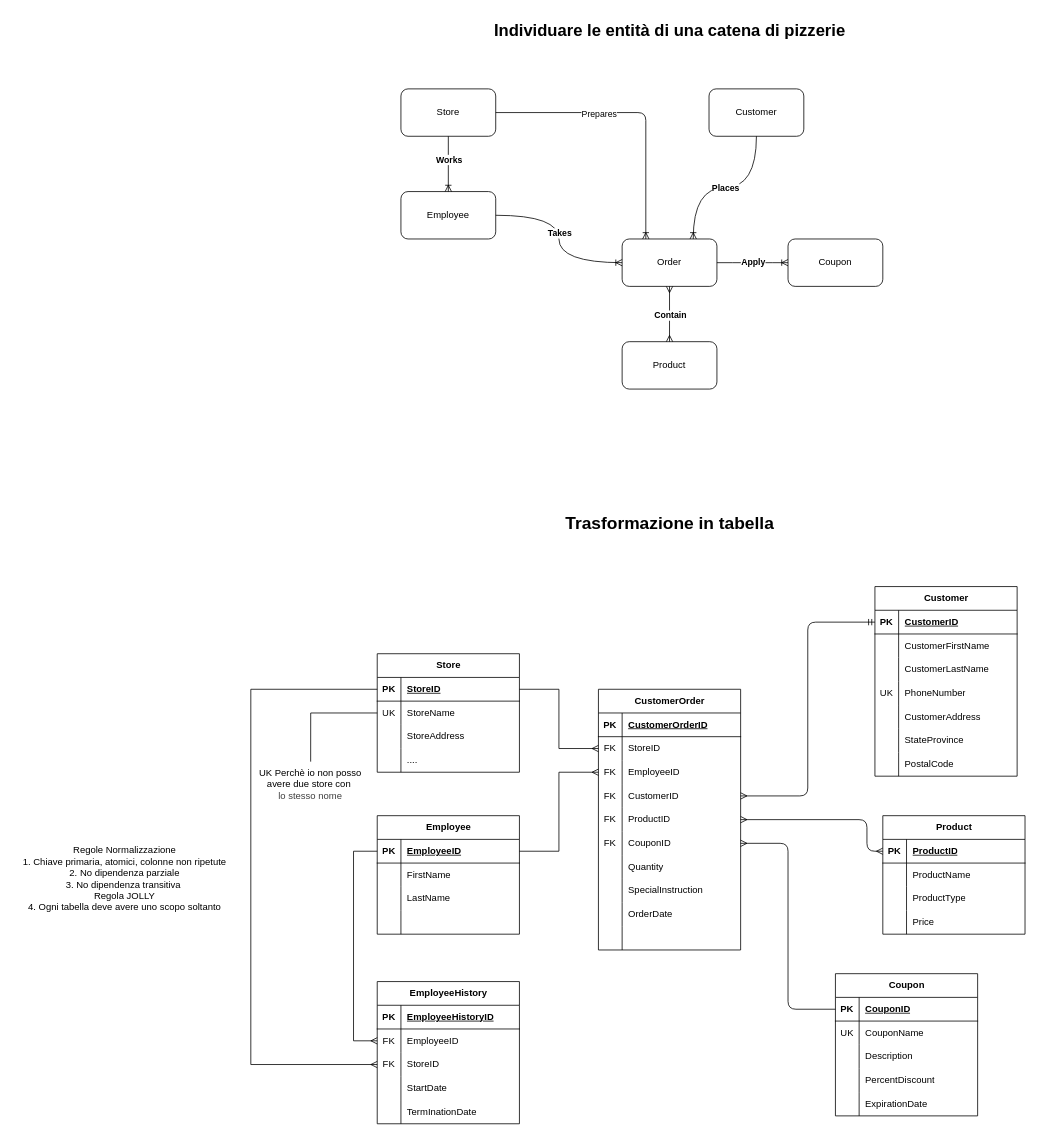
Before: SteveJobs/DATA-MANAGEMENT/pizzeria.dio in DavideDamico/ITS-Steve-Jobs, a draw.io diagram. Source tidied: cells renumbered, new cells numbered last; positions are measured from the earlier drawing's top-left corner, leaving out a move shared by most shapes. Both pictures are drawn from the tidied source at 79%, with x=0, y=0 at pixel (13, 13).
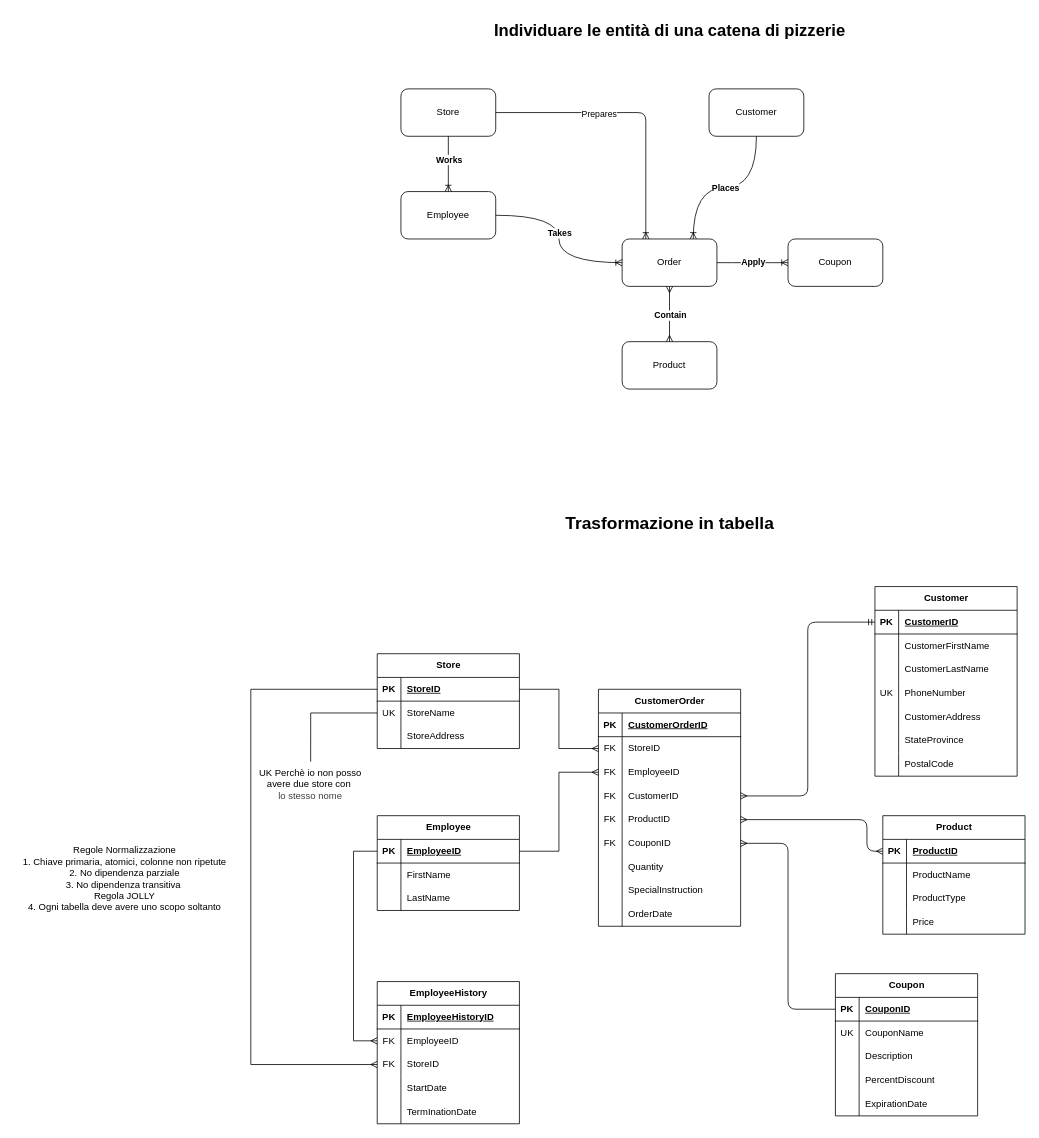
The same page after the edit.

Diff of the diagram source:
```diff
@@
     <mxCell id="23" value="Store" style="shape=table;startSize=30;childLayout=tableLayout;rowLines=0;fontStyle=1;align=center;html=1;" parent="1" vertex="1">
-      <mxGeometry x="460" y="810" width="180" height="150" as="geometry" />
+      <mxGeometry x="460" y="810" width="180" height="120" as="geometry" />
     </mxCell>
@@
-    <mxCell id="33" style="shape=tableRow;horizontal=0;startSize=0;swimlaneHead=0;swimlaneBody=0;fillColor=none;top=0;left=0;right=0;bottom=0;" parent="23" vertex="1">
-      <mxGeometry y="120" width="180" height="30" as="geometry" />
-    </mxCell>
-    <mxCell id="34" style="shape=partialRectangle;fillColor=none;top=0;left=0;bottom=0;right=0;overflow=hidden;whiteSpace=wrap;html=1;" parent="33" vertex="1">
-      <mxGeometry width="30" height="30" as="geometry" />
-    </mxCell>
-    <mxCell id="35" value="...." style="shape=partialRectangle;fillColor=none;top=0;left=0;bottom=0;right=0;align=left;spacingLeft=6;overflow=hidden;whiteSpace=wrap;html=1;" parent="33" vertex="1">
-      <mxGeometry x="30" width="150" height="30" as="geometry" />
-    </mxCell>
@@
     <mxCell id="38" value="Employee" style="shape=table;startSize=30;childLayout=tableLayout;rowLines=0;fontStyle=1;align=center;html=1;" parent="1" vertex="1">
-      <mxGeometry x="460" y="1015" width="180" height="150" as="geometry" />
+      <mxGeometry x="460" y="1015" width="180" height="120" as="geometry" />
     </mxCell>
@@
-    <mxCell id="48" style="shape=tableRow;horizontal=0;startSize=0;swimlaneHead=0;swimlaneBody=0;fillColor=none;top=0;left=0;right=0;bottom=0;" parent="38" vertex="1">
-      <mxGeometry y="120" width="180" height="30" as="geometry" />
-    </mxCell>
-    <mxCell id="49" style="shape=partialRectangle;fillColor=none;top=0;left=0;bottom=0;right=0;overflow=hidden;whiteSpace=wrap;html=1;" parent="48" vertex="1">
-      <mxGeometry width="30" height="30" as="geometry" />
-    </mxCell>
-    <mxCell id="50" style="shape=partialRectangle;fillColor=none;top=0;left=0;bottom=0;right=0;align=left;spacingLeft=6;overflow=hidden;whiteSpace=wrap;html=1;" parent="48" vertex="1">
-      <mxGeometry x="30" width="150" height="30" as="geometry" />
-    </mxCell>
@@
     <mxCell id="88" value="CustomerOrder" style="shape=table;startSize=30;childLayout=tableLayout;rowLines=0;fontStyle=1;align=center;html=1;" parent="1" vertex="1">
-      <mxGeometry x="740" y="855" width="180" height="330" as="geometry" />
+      <mxGeometry x="740" y="855" width="180" height="300" as="geometry" />
     </mxCell>
@@
-    <mxCell id="116" style="shape=tableRow;horizontal=0;startSize=0;swimlaneHead=0;swimlaneBody=0;fillColor=none;top=0;left=0;right=0;bottom=0;" parent="88" vertex="1">
-      <mxGeometry y="300" width="180" height="30" as="geometry" />
-    </mxCell>
-    <mxCell id="117" style="shape=partialRectangle;fillColor=none;top=0;left=0;bottom=0;right=0;overflow=hidden;whiteSpace=wrap;html=1;" parent="116" vertex="1">
-      <mxGeometry width="30" height="30" as="geometry" />
-    </mxCell>
-    <mxCell id="118" style="shape=partialRectangle;fillColor=none;top=0;left=0;bottom=0;right=0;align=left;spacingLeft=6;overflow=hidden;whiteSpace=wrap;html=1;" parent="116" vertex="1">
-      <mxGeometry x="30" width="150" height="30" as="geometry" />
-    </mxCell>
```
